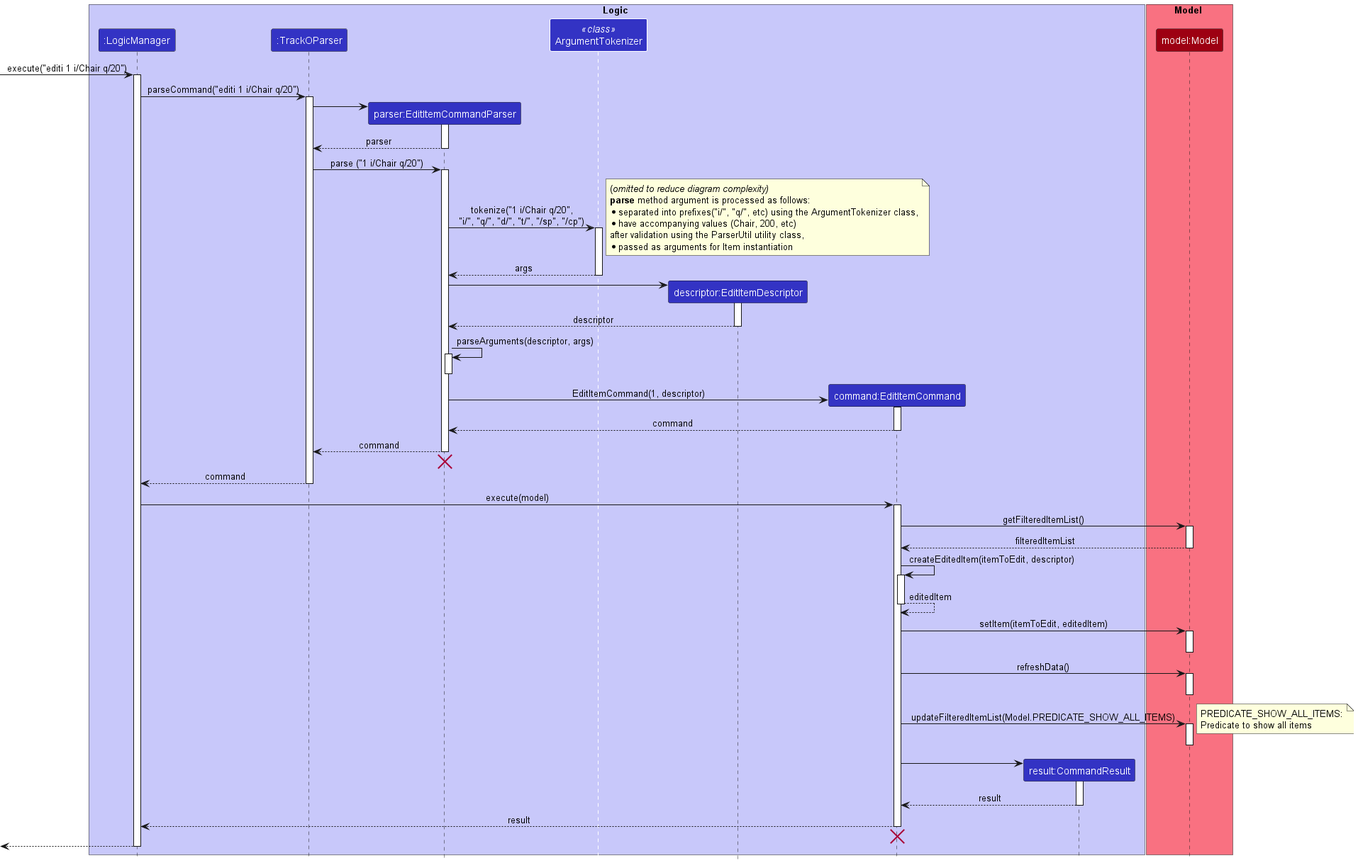
This is docs/images/developer-guide/EditItemSequenceDiagram.png from nus-cs2103-AY2223S1/tp, a PlantUML export, as it was before one commit.
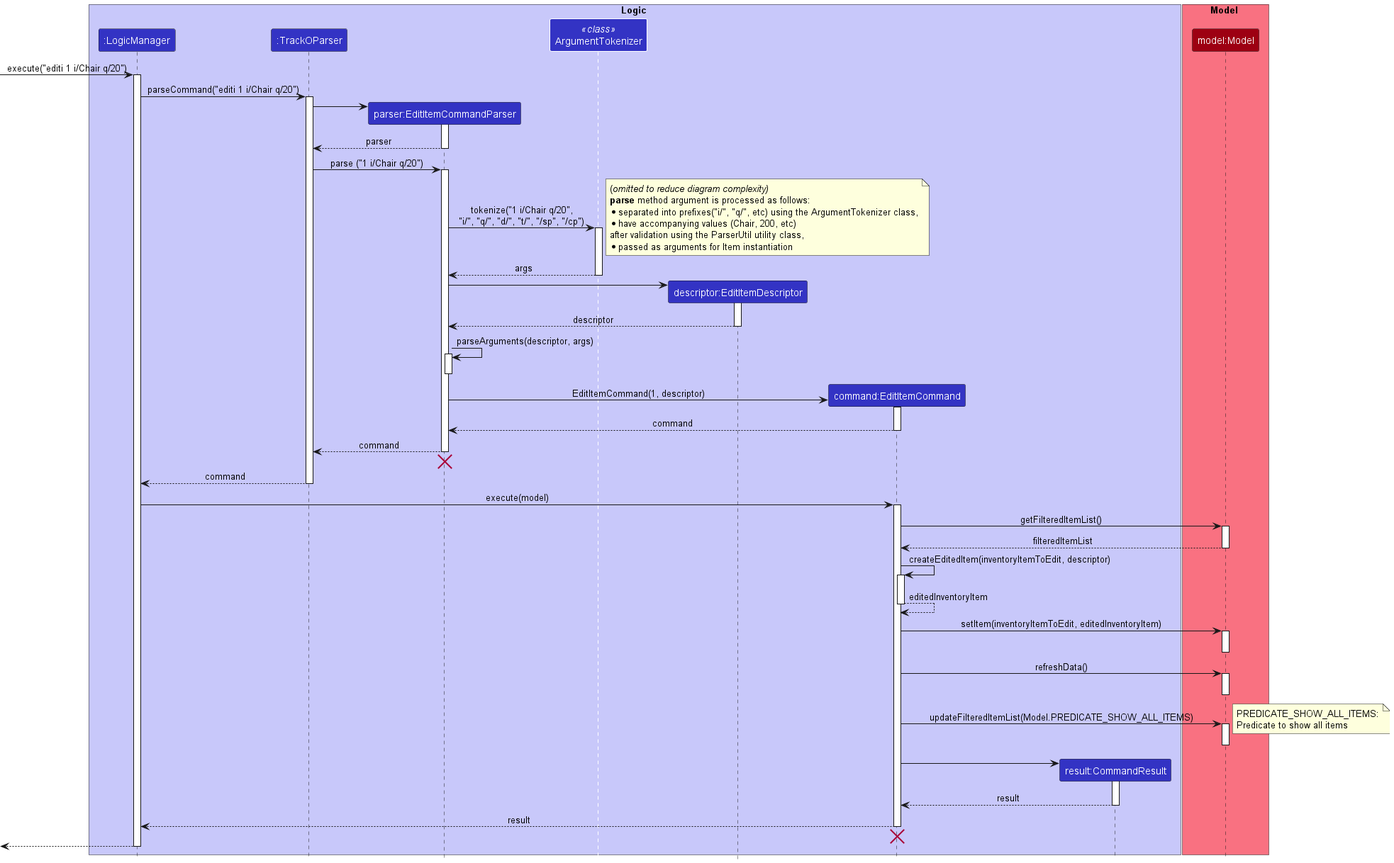
After the change.

The edit, as a diff of the source:
```diff
@@ -75,13 +75,13 @@
 Model --> EditItemCommand : filteredItemList
 deactivate Model
 
-EditItemCommand -> EditItemCommand : createEditedItem(itemToEdit, descriptor)
+EditItemCommand -> EditItemCommand : createEditedItem(inventoryItemToEdit, descriptor)
 activate EditItemCommand
 
-EditItemCommand --> EditItemCommand : editedItem
+EditItemCommand --> EditItemCommand : editedInventoryItem
 deactivate EditItemCommand
 
-EditItemCommand -> Model : setItem(itemToEdit, editedItem)
+EditItemCommand -> Model : setItem(inventoryItemToEdit, editedInventoryItem)
 activate Model
 deactivate Model
 
```
